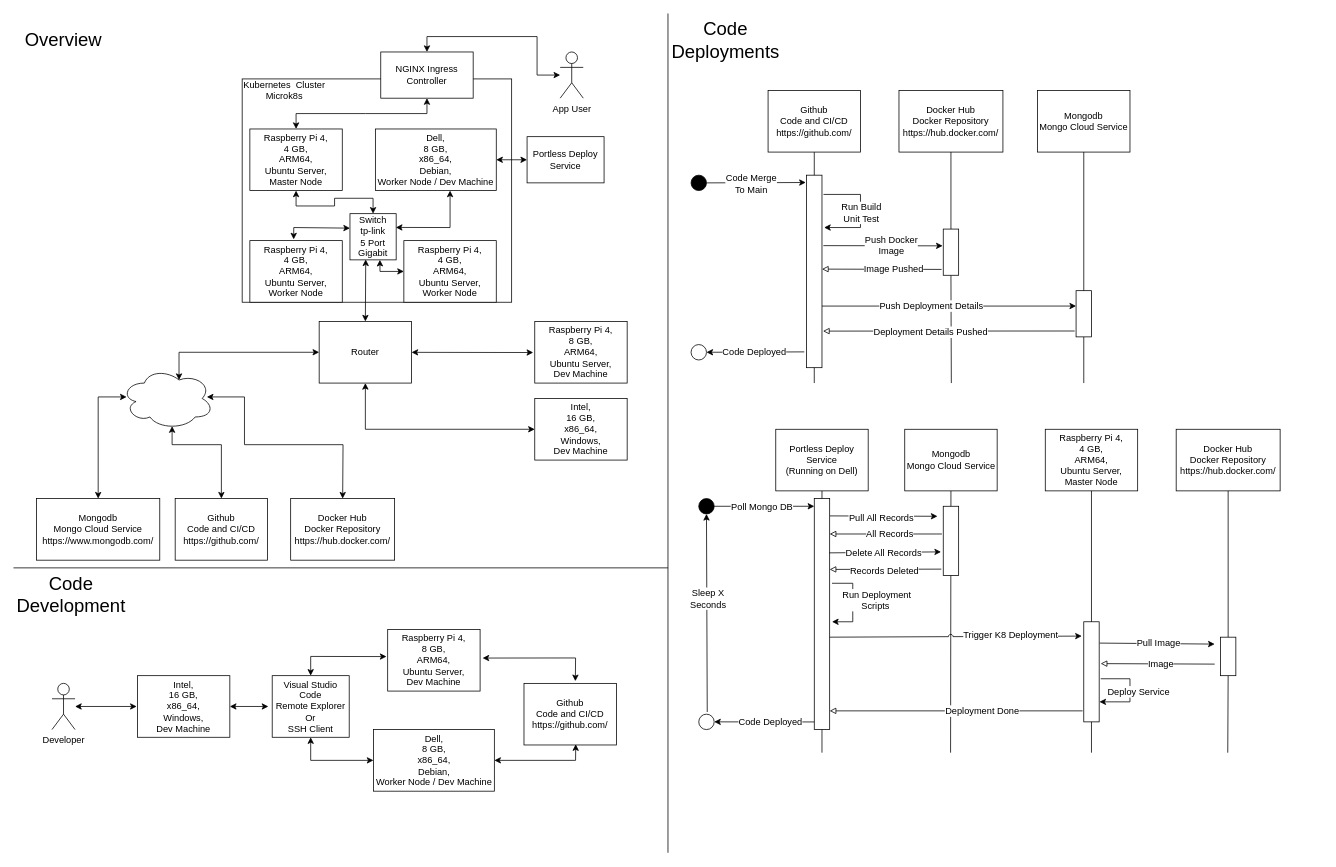
The draw.io diagram diagrams/homelab.drawio in horvatic/HomeLab_Infrastructure, before the edit. Source tidied: cells renumbered, new cells numbered last; positions are measured from the earlier drawing's top-left corner, leaving out a move shared by most shapes. Both pictures are drawn from the tidied source at 77%, with x=0, y=0 at pixel (13, 13).
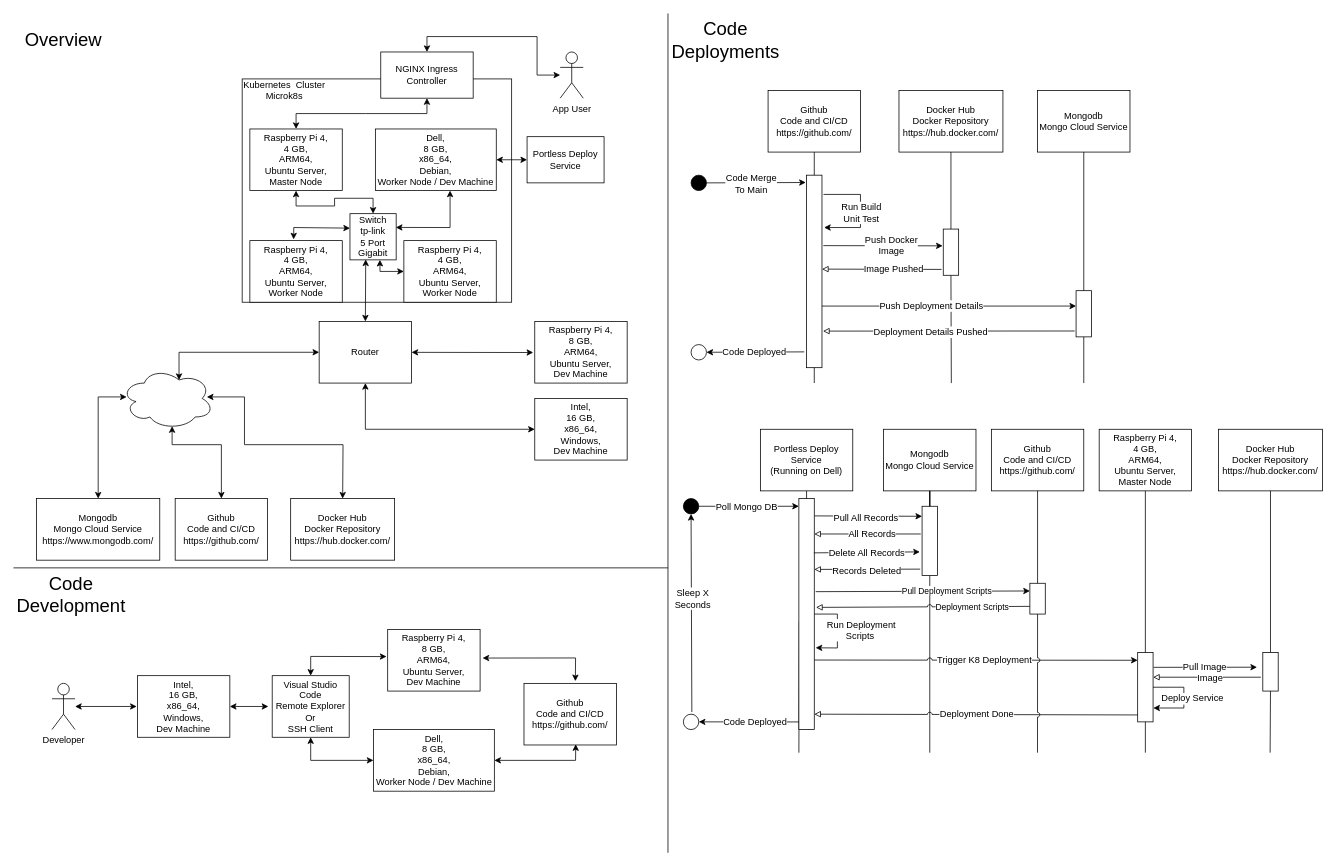
Above is the later version.

Commit message (it also covers changes not shown here):
update home lab diagrams with GitHub flow

Diff of the diagram source:
```diff
@@
     <mxCell id="36" style="edgeStyle=orthogonalEdgeStyle;rounded=0;jumpStyle=arc;jettySize=auto;html=1;exitX=0.5;exitY=1;exitDx=0;exitDy=0;fontSize=12;endArrow=none;endFill=0;" parent="1" edge="1" source="37">
       <mxGeometry relative="1" as="geometry">
-        <mxPoint x="1050" y="960" as="targetPoint" />
+        <mxPoint x="1020" y="960" as="targetPoint" />
       </mxGeometry>
     </mxCell>
     <mxCell id="37" value="Portless Deploy &lt;br&gt;Service&lt;br&gt;(Running on Dell)" style="rounded=0;whiteSpace=wrap;html=1;" parent="1" vertex="1">
-      <mxGeometry x="990" y="540" width="120" height="80" as="geometry" />
+      <mxGeometry x="970" y="540" width="120" height="80" as="geometry" />
     </mxCell>
     <mxCell id="38" style="edgeStyle=orthogonalEdgeStyle;rounded=0;jumpStyle=arc;orthogonalLoop=1;jettySize=auto;html=1;fontSize=12;endArrow=none;endFill=0;startArrow=none;" parent="1" edge="1">
       <mxGeometry relative="1" as="geometry">
-        <mxPoint x="1400" y="880" as="sourcePoint" />
-        <mxPoint x="1400" y="880" as="targetPoint" />
+        <mxPoint x="1470" y="880" as="sourcePoint" />
+        <mxPoint x="1470" y="880" as="targetPoint" />
       </mxGeometry>
     </mxCell>
     <mxCell id="39" value="Raspberry Pi 4,&lt;br&gt;4 GB,&lt;br&gt;ARM64,&lt;br&gt;Ubuntu Server,&lt;br&gt;Master Node" style="rounded=0;whiteSpace=wrap;html=1;" parent="1" vertex="1">
-      <mxGeometry x="1340" y="540" width="120" height="80" as="geometry" />
+      <mxGeometry x="1410" y="540" width="120" height="80" as="geometry" />
     </mxCell>
@@
-    <mxCell id="65" style="edgeStyle=orthogonalEdgeStyle;rounded=0;jumpStyle=arc;jettySize=auto;html=1;exitX=0.5;exitY=1;exitDx=0;exitDy=0;fontSize=12;endArrow=none;endFill=0;" parent="1" edge="1" source="66">
-      <mxGeometry relative="1" as="geometry">
-        <mxPoint x="1217" y="960" as="targetPoint" />
-      </mxGeometry>
-    </mxCell>
+    <mxCell id="119" style="edgeStyle=orthogonalEdgeStyle;rounded=0;jettySize=auto;html=1;endArrow=none;endFill=0;startArrow=none;" parent="1" edge="1" source="73">
+      <mxGeometry relative="1" as="geometry">
+        <mxPoint x="1190" y="960" as="targetPoint" />
+      </mxGeometry>
+    </mxCell>
     <mxCell id="66" value="Mongodb&lt;br&gt;Mongo Cloud Service" style="rounded=0;whiteSpace=wrap;html=1;" parent="1" vertex="1">
-      <mxGeometry x="1157.5" y="540" width="120" height="80" as="geometry" />
+      <mxGeometry x="1130" y="540" width="120" height="80" as="geometry" />
     </mxCell>
     <mxCell id="67" style="edgeStyle=orthogonalEdgeStyle;rounded=0;jumpStyle=arc;jettySize=auto;html=1;exitX=0.5;exitY=1;exitDx=0;exitDy=0;fontSize=12;endArrow=none;endFill=0;startArrow=none;" parent="1" edge="1" source="90">
       <mxGeometry relative="1" as="geometry">
-        <mxPoint x="1577" y="960" as="targetPoint" />
+        <mxPoint x="1632" y="960" as="targetPoint" />
       </mxGeometry>
     </mxCell>
     <mxCell id="68" value="Docker Hub&lt;br&gt;Docker Repository&lt;br&gt;https://hub.docker.com/" style="rounded=0;whiteSpace=wrap;html=1;" parent="1" vertex="1">
-      <mxGeometry x="1510" y="540" width="135" height="80" as="geometry" />
+      <mxGeometry x="1565" y="540" width="135" height="80" as="geometry" />
     </mxCell>
     <mxCell id="69" style="edgeStyle=orthogonalEdgeStyle;rounded=0;jumpStyle=arc;jettySize=auto;html=1;exitX=1;exitY=0.5;exitDx=0;exitDy=0;fontSize=12;endArrow=classic;endFill=1;" parent="1" edge="1" source="71">
       <mxGeometry relative="1" as="geometry">
-        <mxPoint x="1040" y="640" as="targetPoint" />
+        <mxPoint x="1020" y="640" as="targetPoint" />
       </mxGeometry>
     </mxCell>
@@
     <mxCell id="71" style="ellipse;whiteSpace=wrap;html=1;fontSize=12;fillColor=#000000;" parent="1" vertex="1">
-      <mxGeometry x="890" y="630" width="20" height="20" as="geometry" />
+      <mxGeometry x="870" y="630" width="20" height="20" as="geometry" />
     </mxCell>
     <mxCell id="72" style="rounded=0;whiteSpace=wrap;html=1;fontSize=12;fillColor=#FFFFFF;" parent="1" vertex="1">
-      <mxGeometry x="1040" y="630" width="20" height="300" as="geometry" />
+      <mxGeometry x="1020" y="630" width="20" height="300" as="geometry" />
     </mxCell>
-    <mxCell id="73" style="rounded=0;whiteSpace=wrap;html=1;fontSize=12;fillColor=#FFFFFF;" parent="1" vertex="1">
-      <mxGeometry x="1207.5" y="640" width="20" height="90" as="geometry" />
-    </mxCell>
     <mxCell id="74" style="endArrow=classic;html=1;rounded=0;fontSize=12;jumpStyle=arc;exitX=1.019;exitY=0.075;exitDx=0;exitDy=0;exitPerimeter=0;" parent="1" edge="1" source="72">
       <mxGeometry relative="1" as="geometry">
-        <mxPoint x="1200" y="653" as="targetPoint" />
+        <mxPoint x="1180" y="653" as="targetPoint" />
       </mxGeometry>
     </mxCell>
@@
     <mxCell id="76" style="endArrow=block;html=1;rounded=0;fontSize=12;jumpStyle=arc;exitX=-0.085;exitY=0.4;exitDx=0;exitDy=0;exitPerimeter=0;endFill=0;" parent="1" edge="1" source="73">
       <mxGeometry relative="1" as="geometry">
-        <mxPoint x="1060" y="676" as="targetPoint" />
+        <mxPoint x="1040" y="676" as="targetPoint" />
       </mxGeometry>
     </mxCell>
@@
     <mxCell id="80" style="endArrow=block;html=1;rounded=0;fontSize=12;jumpStyle=arc;exitX=-0.125;exitY=0.907;exitDx=0;exitDy=0;exitPerimeter=0;endFill=0;" parent="1" edge="1" source="73">
       <mxGeometry relative="1" as="geometry">
-        <mxPoint x="1060" y="722" as="targetPoint" />
+        <mxPoint x="1040" y="722" as="targetPoint" />
       </mxGeometry>
     </mxCell>
@@
-    <mxCell id="82" style="endArrow=classic;html=1;rounded=0;fontSize=12;jumpStyle=arc;" parent="1" edge="1">
+    <mxCell id="82" style="endArrow=classic;html=1;rounded=0;fontSize=12;jumpStyle=arc;entryX=1.09;entryY=0.646;entryDx=0;entryDy=0;entryPerimeter=0;exitX=1;exitY=0.5;exitDx=0;exitDy=0;" parent="1" edge="1" source="72" target="72">
       <mxGeometry relative="1" as="geometry">
-        <mxPoint x="1063" y="740" as="sourcePoint" />
-        <mxPoint x="1063" y="790" as="targetPoint" />
         <Array as="points">
-          <mxPoint x="1090" y="740" />
-          <mxPoint x="1090" y="790" />
+          <mxPoint x="1070" y="780" />
+          <mxPoint x="1070" y="824" />
         </Array>
       </mxGeometry>
     </mxCell>
     <mxCell id="83" value="Run Deployment&lt;br&gt;Scripts&amp;nbsp;" style="edgeLabel;html=1;align=center;verticalAlign=middle;fontSize=12;" parent="82" vertex="1">
       <mxGeometry x="0.13" y="-1" relative="1" as="geometry">
-        <mxPoint x="31" y="-11" as="offset" />
+        <mxPoint x="31" y="-8" as="offset" />
       </mxGeometry>
     </mxCell>
-    <mxCell id="84" style="endArrow=classic;html=1;rounded=0;fontSize=12;jumpStyle=arc;entryX=-0.13;entryY=0.143;entryDx=0;entryDy=0;entryPerimeter=0;" parent="1" edge="1" target="87">
-      <mxGeometry relative="1" as="geometry">
-        <mxPoint x="1060" y="810" as="sourcePoint" />
-      </mxGeometry>
+    <mxCell id="84" style="endArrow=classic;html=1;rounded=0;fontSize=12;jumpStyle=arc;exitX=1.01;exitY=0.699;exitDx=0;exitDy=0;exitPerimeter=0;entryX=0;entryY=0.111;entryDx=0;entryDy=0;entryPerimeter=0;" parent="1" edge="1" source="72" target="87">
+      <mxGeometry relative="1" as="geometry" />
     </mxCell>
     <mxCell id="85" value="Trigger K8 Deployment" style="edgeLabel;html=1;align=center;verticalAlign=middle;fontSize=12;" parent="84" vertex="1">
       <mxGeometry x="0.49" y="1" relative="1" as="geometry">
-        <mxPoint x="-9" as="offset" />
+        <mxPoint x="-93" y="1" as="offset" />
       </mxGeometry>
     </mxCell>
     <mxCell id="86" style="edgeStyle=orthogonalEdgeStyle;rounded=0;jumpStyle=arc;jettySize=auto;html=1;fontSize=12;endArrow=none;endFill=0;" parent="1" edge="1" source="39">
       <mxGeometry relative="1" as="geometry">
-        <mxPoint x="1400" y="960" as="targetPoint" />
+        <mxPoint x="1470" y="960" as="targetPoint" />
       </mxGeometry>
     </mxCell>
     <mxCell id="87" style="rounded=0;whiteSpace=wrap;html=1;fontSize=12;fillColor=#FFFFFF;" parent="1" vertex="1">
-      <mxGeometry x="1390" y="790" width="20" height="130" as="geometry" />
+      <mxGeometry x="1460" y="830" width="20" height="90" as="geometry" />
     </mxCell>
     <mxCell id="88" style="endArrow=classic;html=1;rounded=0;fontSize=12;jumpStyle=arc;exitX=1.033;exitY=0.213;exitDx=0;exitDy=0;exitPerimeter=0;" parent="1" edge="1" source="87">
       <mxGeometry relative="1" as="geometry">
-        <mxPoint x="1560" y="819" as="targetPoint" />
+        <mxPoint x="1615" y="849" as="targetPoint" />
       </mxGeometry>
     </mxCell>
@@
     <mxCell id="90" style="rounded=0;whiteSpace=wrap;html=1;fontSize=12;fillColor=#FFFFFF;" parent="1" vertex="1">
-      <mxGeometry x="1567.5" y="810" width="20" height="50" as="geometry" />
+      <mxGeometry x="1622.5" y="830" width="20" height="50" as="geometry" />
     </mxCell>
@@
-    <mxCell id="92" style="endArrow=block;html=1;rounded=0;fontSize=12;jumpStyle=arc;entryX=1.1;entryY=0.418;entryDx=0;entryDy=0;entryPerimeter=0;endFill=0;" parent="1" edge="1" target="87">
+    <mxCell id="92" style="endArrow=block;html=1;rounded=0;fontSize=12;jumpStyle=arc;endFill=0;" parent="1" edge="1">
       <mxGeometry relative="1" as="geometry">
-        <mxPoint x="1560" y="845" as="sourcePoint" />
+        <mxPoint x="1620" y="862" as="sourcePoint" />
+        <mxPoint x="1480" y="862" as="targetPoint" />
       </mxGeometry>
     </mxCell>
@@
-    <mxCell id="94" style="endArrow=classic;html=1;rounded=0;fontSize=12;jumpStyle=arc;entryX=1.017;entryY=0.8;entryDx=0;entryDy=0;entryPerimeter=0;" parent="1" edge="1" target="87">
+    <mxCell id="94" style="endArrow=classic;html=1;rounded=0;fontSize=12;jumpStyle=arc;entryX=1.017;entryY=0.8;entryDx=0;entryDy=0;entryPerimeter=0;exitX=1;exitY=0.5;exitDx=0;exitDy=0;" parent="1" edge="1" source="87" target="87">
       <mxGeometry relative="1" as="geometry">
-        <mxPoint x="1412" y="864" as="sourcePoint" />
         <Array as="points">
-          <mxPoint x="1450" y="864" />
-          <mxPoint x="1450" y="894" />
+          <mxPoint x="1520" y="875" />
+          <mxPoint x="1520" y="902" />
         </Array>
       </mxGeometry>
     </mxCell>
@@
-    <mxCell id="96" style="endArrow=block;html=1;rounded=0;fontSize=12;jumpStyle=arc;exitX=-0.076;exitY=0.89;exitDx=0;exitDy=0;exitPerimeter=0;entryX=1;entryY=0.919;entryDx=0;entryDy=0;entryPerimeter=0;endFill=0;" parent="1" edge="1" source="87" target="72">
-      <mxGeometry relative="1" as="geometry" />
+    <mxCell id="96" style="endArrow=block;html=1;rounded=0;fontSize=12;jumpStyle=arc;exitX=0;exitY=0.9;exitDx=0;exitDy=0;exitPerimeter=0;endFill=0;" parent="1" edge="1" source="87">
+      <mxGeometry relative="1" as="geometry">
+        <mxPoint x="1040" y="910" as="targetPoint" />
+      </mxGeometry>
     </mxCell>
     <mxCell id="97" value="Deployment Done" style="edgeLabel;html=1;align=center;verticalAlign=middle;fontSize=12;" parent="96" vertex="1">
-      <mxGeometry x="-0.2" relative="1" as="geometry" />
+      <mxGeometry x="-0.2" relative="1" as="geometry">
+        <mxPoint x="-42" y="-1" as="offset" />
+      </mxGeometry>
     </mxCell>
     <mxCell id="98" style="ellipse;whiteSpace=wrap;html=1;fontSize=12;fillColor=#FFFFFF;" parent="1" vertex="1">
-      <mxGeometry x="890" y="910" width="20" height="20" as="geometry" />
+      <mxGeometry x="870" y="910" width="20" height="20" as="geometry" />
     </mxCell>
@@
+    <mxCell id="120" style="edgeStyle=orthogonalEdgeStyle;rounded=0;jettySize=auto;html=1;exitX=0.5;exitY=1;exitDx=0;exitDy=0;endArrow=none;endFill=0;jumpStyle=arc;startArrow=none;" parent="1" edge="1" source="123">
+      <mxGeometry relative="1" as="geometry">
+        <mxPoint x="1329.9" y="960" as="targetPoint" />
+      </mxGeometry>
+    </mxCell>
+    <mxCell id="121" value="Github&lt;br&gt;Code and CI/CD&lt;br&gt;https://github.com/" style="rounded=0;whiteSpace=wrap;html=1;" parent="1" vertex="1">
+      <mxGeometry x="1270" y="540" width="120" height="80" as="geometry" />
+    </mxCell>
+    <mxCell id="73" style="rounded=0;whiteSpace=wrap;html=1;fontSize=12;fillColor=#FFFFFF;" parent="1" vertex="1">
+      <mxGeometry x="1180" y="640" width="20" height="90" as="geometry" />
+    </mxCell>
+    <mxCell id="122" style="edgeStyle=orthogonalEdgeStyle;rounded=0;jettySize=auto;html=1;endArrow=none;endFill=0;" parent="1" edge="1" source="66" target="73">
+      <mxGeometry relative="1" as="geometry" />
+    </mxCell>
+    <mxCell id="123" style="rounded=0;whiteSpace=wrap;html=1;" parent="1" vertex="1">
+      <mxGeometry x="1320" y="740" width="20" height="40" as="geometry" />
+    </mxCell>
+    <mxCell id="124" style="edgeStyle=orthogonalEdgeStyle;rounded=0;jettySize=auto;html=1;exitX=0.5;exitY=1;exitDx=0;exitDy=0;endArrow=none;endFill=0;jumpStyle=arc;" parent="1" edge="1" source="121" target="123">
+      <mxGeometry relative="1" as="geometry" />
+    </mxCell>
+    <mxCell id="125" style="endArrow=classic;html=1;rounded=0;jumpStyle=arc;exitX=1.09;exitY=0.403;exitDx=0;exitDy=0;exitPerimeter=0;entryX=0;entryY=0.25;entryDx=0;entryDy=0;" parent="1" edge="1" source="72" target="123">
+      <mxGeometry relative="1" as="geometry" />
+    </mxCell>
+    <mxCell id="126" value="Pull Deployment Scripts" style="edgeLabel;html=1;align=center;verticalAlign=middle;" parent="125" vertex="1">
+      <mxGeometry x="0.22" y="1" relative="1" as="geometry" />
+    </mxCell>
+    <mxCell id="127" style="endArrow=block;html=1;rounded=0;jumpStyle=arc;exitX=0;exitY=0.75;exitDx=0;exitDy=0;entryX=1.114;entryY=0.471;entryDx=0;entryDy=0;entryPerimeter=0;endFill=0;" parent="1" edge="1" source="123" target="72">
+      <mxGeometry relative="1" as="geometry" />
+    </mxCell>
+    <mxCell id="128" value="Deployment Scripts" style="edgeLabel;html=1;align=center;verticalAlign=middle;" parent="127" vertex="1">
+      <mxGeometry x="-0.45" relative="1" as="geometry" />
+    </mxCell>
```
